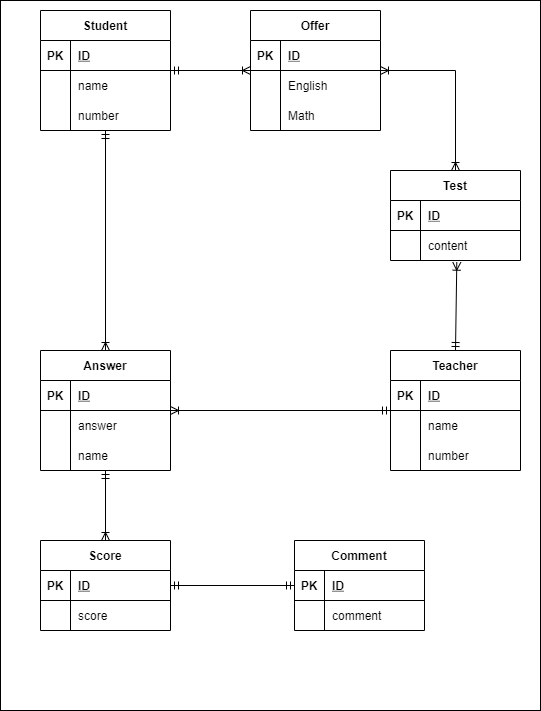
This is index.drawio.png from florent-chin/DATABASE, a draw.io export, as it was before one commit. Source tidied: cells renumbered, new cells last; positions are measured from the earlier drawing's top-left corner, leaving out a move shared by most shapes.
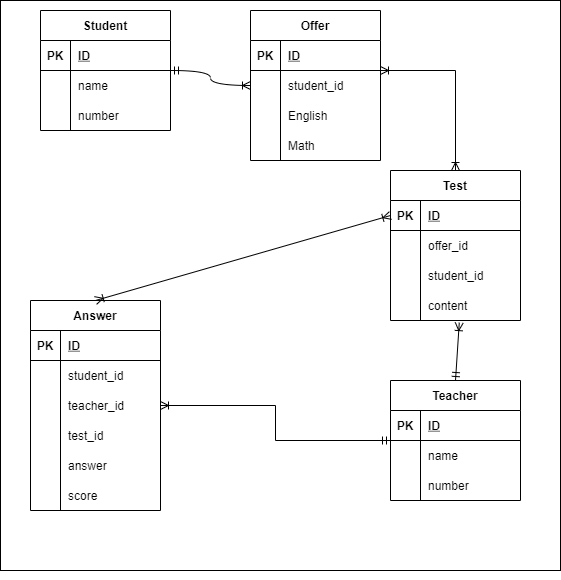
After the commit.

What changed in the source:
```diff
@@ -3,7 +3,7 @@
     <mxCell id="0" />
     <mxCell id="1" parent="0" />
     <mxCell id="2" style="rounded=0;whiteSpace=wrap;html=1;" parent="1" vertex="1">
-      <mxGeometry width="540" height="710" as="geometry" />
+      <mxGeometry width="560" height="570" as="geometry" />
     </mxCell>
     <mxCell id="3" style="rounded=0;jettySize=auto;html=1;endArrow=ERoneToMany;endFill=0;strokeWidth=1;edgeStyle=orthogonalEdgeStyle;curved=1;startArrow=ERmandOne;startFill=0;" parent="1" edge="1" source="4" target="15">
       <mxGeometry relative="1" as="geometry" />
@@ -46,7 +46,7 @@
       </mxGeometry>
     </mxCell>
     <mxCell id="15" value="Offer" style="shape=table;startSize=30;rowLines=0;fontStyle=1;align=center;" parent="1" vertex="1">
-      <mxGeometry x="250" y="10" width="130" height="120" as="geometry" />
+      <mxGeometry x="250" y="10" width="130" height="150" as="geometry" />
     </mxCell>
     <mxCell id="16" style="shape=partialRectangle;fillColor=none;top=0;left=0;bottom=1;right=0;" parent="15" vertex="1">
       <mxGeometry y="30" width="130" height="30" as="geometry" />
@@ -63,11 +63,20 @@
     <mxCell id="20" style="shape=partialRectangle;fillColor=none;top=0;left=0;bottom=0;right=0;overflow=hidden;" parent="19" vertex="1">
       <mxGeometry width="30" height="30" as="geometry" />
     </mxCell>
-    <mxCell id="21" value="English" style="shape=partialRectangle;fillColor=none;top=0;left=0;bottom=0;right=0;align=left;spacingLeft=6;overflow=hidden;" parent="19" vertex="1">
+    <mxCell id="21" value="student_id" style="shape=partialRectangle;fillColor=none;top=0;left=0;bottom=0;right=0;align=left;spacingLeft=6;overflow=hidden;" parent="19" vertex="1">
       <mxGeometry x="30" width="100" height="30" as="geometry" />
     </mxCell>
+    <mxCell id="71" style="shape=partialRectangle;fillColor=none;top=0;left=0;bottom=0;right=0;" parent="15" vertex="1">
+      <mxGeometry y="90" width="130" height="30" as="geometry" />
+    </mxCell>
+    <mxCell id="72" style="shape=partialRectangle;fillColor=none;top=0;left=0;bottom=0;right=0;overflow=hidden;" parent="71" vertex="1">
+      <mxGeometry width="30" height="30" as="geometry" />
+    </mxCell>
+    <mxCell id="73" value="English" style="shape=partialRectangle;fillColor=none;top=0;left=0;bottom=0;right=0;align=left;spacingLeft=6;overflow=hidden;" parent="71" vertex="1">
+      <mxGeometry x="30" width="100" height="30" as="geometry" />
+    </mxCell>
     <mxCell id="22" style="shape=partialRectangle;fillColor=none;top=0;left=0;bottom=0;right=0;" parent="15" vertex="1">
-      <mxGeometry y="90" width="130" height="30" as="geometry" />
+      <mxGeometry y="120" width="130" height="30" as="geometry" />
     </mxCell>
     <mxCell id="23" style="shape=partialRectangle;fillColor=none;top=0;left=0;bottom=0;right=0;overflow=hidden;" parent="22" vertex="1">
       <mxGeometry width="30" height="30" as="geometry" />
@@ -79,7 +88,7 @@
       <mxGeometry relative="1" as="geometry" />
     </mxCell>
     <mxCell id="26" value="Teacher" style="shape=table;startSize=30;rowLines=0;fontStyle=1;align=center;" parent="1" vertex="1">
-      <mxGeometry x="390" y="350" width="130" height="120" as="geometry" />
+      <mxGeometry x="390" y="380" width="130" height="120" as="geometry" />
     </mxCell>
     <mxCell id="27" style="shape=partialRectangle;fillColor=none;top=0;left=0;bottom=1;right=0;" parent="26" vertex="1">
       <mxGeometry y="30" width="130" height="30" as="geometry" />
@@ -108,11 +117,8 @@
     <mxCell id="35" value="number" style="shape=partialRectangle;fillColor=none;top=0;left=0;bottom=0;right=0;align=left;spacingLeft=6;overflow=hidden;" parent="33" vertex="1">
       <mxGeometry x="30" width="100" height="30" as="geometry" />
     </mxCell>
-    <mxCell id="36" style="edgeStyle=orthogonalEdgeStyle;curved=1;rounded=0;jettySize=auto;html=1;startArrow=ERmandOne;startFill=0;endArrow=ERoneToMany;endFill=0;strokeWidth=1;" parent="1" edge="1" source="37" target="57">
-      <mxGeometry relative="1" as="geometry" />
-    </mxCell>
     <mxCell id="37" value="Answer" style="shape=table;startSize=30;rowLines=0;fontStyle=1;align=center;" parent="1" vertex="1">
-      <mxGeometry x="40" y="350" width="130" height="120" as="geometry" />
+      <mxGeometry x="30" y="300" width="130" height="210" as="geometry" />
     </mxCell>
     <mxCell id="38" style="shape=partialRectangle;fillColor=none;top=0;left=0;bottom=1;right=0;" parent="37" vertex="1">
       <mxGeometry y="30" width="130" height="30" as="geometry" />
@@ -129,23 +135,47 @@
     <mxCell id="42" style="shape=partialRectangle;fillColor=none;top=0;left=0;bottom=0;right=0;overflow=hidden;" parent="41" vertex="1">
       <mxGeometry width="30" height="30" as="geometry" />
     </mxCell>
-    <mxCell id="43" value="answer" style="shape=partialRectangle;fillColor=none;top=0;left=0;bottom=0;right=0;align=left;spacingLeft=6;overflow=hidden;" parent="41" vertex="1">
+    <mxCell id="43" value="student_id" style="shape=partialRectangle;fillColor=none;top=0;left=0;bottom=0;right=0;align=left;spacingLeft=6;overflow=hidden;" parent="41" vertex="1">
       <mxGeometry x="30" width="100" height="30" as="geometry" />
     </mxCell>
+    <mxCell id="74" style="shape=partialRectangle;fillColor=none;top=0;left=0;bottom=0;right=0;" parent="37" vertex="1">
+      <mxGeometry y="90" width="130" height="30" as="geometry" />
+    </mxCell>
+    <mxCell id="75" style="shape=partialRectangle;fillColor=none;top=0;left=0;bottom=0;right=0;overflow=hidden;" parent="74" vertex="1">
+      <mxGeometry width="30" height="30" as="geometry" />
+    </mxCell>
+    <mxCell id="76" value="teacher_id" style="shape=partialRectangle;fillColor=none;top=0;left=0;bottom=0;right=0;align=left;spacingLeft=6;overflow=hidden;" parent="74" vertex="1">
+      <mxGeometry x="30" width="100" height="30" as="geometry" />
+    </mxCell>
+    <mxCell id="77" style="shape=partialRectangle;fillColor=none;top=0;left=0;bottom=0;right=0;" parent="37" vertex="1">
+      <mxGeometry y="120" width="130" height="30" as="geometry" />
+    </mxCell>
+    <mxCell id="78" style="shape=partialRectangle;fillColor=none;top=0;left=0;bottom=0;right=0;overflow=hidden;" parent="77" vertex="1">
+      <mxGeometry width="30" height="30" as="geometry" />
+    </mxCell>
+    <mxCell id="79" value="test_id" style="shape=partialRectangle;fillColor=none;top=0;left=0;bottom=0;right=0;align=left;spacingLeft=6;overflow=hidden;" parent="77" vertex="1">
+      <mxGeometry x="30" width="100" height="30" as="geometry" />
+    </mxCell>
+    <mxCell id="80" style="shape=partialRectangle;fillColor=none;top=0;left=0;bottom=0;right=0;" parent="37" vertex="1">
+      <mxGeometry y="150" width="130" height="30" as="geometry" />
+    </mxCell>
+    <mxCell id="81" style="shape=partialRectangle;fillColor=none;top=0;left=0;bottom=0;right=0;overflow=hidden;" parent="80" vertex="1">
+      <mxGeometry width="30" height="30" as="geometry" />
+    </mxCell>
+    <mxCell id="82" value="answer" style="shape=partialRectangle;fillColor=none;top=0;left=0;bottom=0;right=0;align=left;spacingLeft=6;overflow=hidden;" parent="80" vertex="1">
+      <mxGeometry x="30" width="100" height="30" as="geometry" />
+    </mxCell>
     <mxCell id="44" style="shape=partialRectangle;fillColor=none;top=0;left=0;bottom=0;right=0;" parent="37" vertex="1">
-      <mxGeometry y="90" width="130" height="30" as="geometry" />
+      <mxGeometry y="180" width="130" height="30" as="geometry" />
     </mxCell>
     <mxCell id="45" style="shape=partialRectangle;fillColor=none;top=0;left=0;bottom=0;right=0;overflow=hidden;" parent="44" vertex="1">
       <mxGeometry width="30" height="30" as="geometry" />
     </mxCell>
-    <mxCell id="46" value="name" style="shape=partialRectangle;fillColor=none;top=0;left=0;bottom=0;right=0;align=left;spacingLeft=6;overflow=hidden;" parent="44" vertex="1">
+    <mxCell id="46" value="score" style="shape=partialRectangle;fillColor=none;top=0;left=0;bottom=0;right=0;align=left;spacingLeft=6;overflow=hidden;" parent="44" vertex="1">
       <mxGeometry x="30" width="100" height="30" as="geometry" />
     </mxCell>
-    <mxCell id="47" style="endArrow=ERoneToMany;html=1;entryX=0.5;entryY=0;entryDx=0;entryDy=0;startArrow=ERmandOne;startFill=0;endFill=0;" parent="1" edge="1" source="11" target="37">
-      <mxGeometry relative="1" as="geometry" />
-    </mxCell>
     <mxCell id="48" value="Test" style="shape=table;startSize=30;rowLines=0;fontStyle=1;align=center;" parent="1" vertex="1">
-      <mxGeometry x="390" y="170" width="130" height="90" as="geometry" />
+      <mxGeometry x="390" y="170" width="130" height="150" as="geometry" />
     </mxCell>
     <mxCell id="49" style="shape=partialRectangle;fillColor=none;top=0;left=0;bottom=1;right=0;points=[[0,0.5],[1,0.5]];portConstraint=eastwest;" parent="48" vertex="1">
       <mxGeometry y="30" width="130" height="30" as="geometry" />
@@ -156,62 +186,41 @@
     <mxCell id="51" value="ID" style="shape=partialRectangle;fillColor=none;top=0;left=0;bottom=0;right=0;align=left;spacingLeft=6;fontStyle=5;overflow=hidden;" parent="49" vertex="1">
       <mxGeometry x="30" width="100" height="30" as="geometry" />
     </mxCell>
+    <mxCell id="83" style="shape=partialRectangle;fillColor=none;top=0;left=0;bottom=0;right=0;" parent="48" vertex="1">
+      <mxGeometry y="60" width="130" height="30" as="geometry" />
+    </mxCell>
+    <mxCell id="84" style="shape=partialRectangle;fillColor=none;top=0;left=0;bottom=0;right=0;overflow=hidden;" parent="83" vertex="1">
+      <mxGeometry width="30" height="30" as="geometry" />
+    </mxCell>
+    <mxCell id="85" value="offer_id" style="shape=partialRectangle;fillColor=none;top=0;left=0;bottom=0;right=0;align=left;spacingLeft=6;overflow=hidden;" parent="83" vertex="1">
+      <mxGeometry x="30" width="100" height="30" as="geometry" />
+    </mxCell>
     <mxCell id="52" style="shape=partialRectangle;fillColor=none;top=0;left=0;bottom=0;right=0;points=[[0,0.5],[1,0.5]];portConstraint=eastwest;" parent="48" vertex="1">
-      <mxGeometry y="60" width="130" height="30" as="geometry" />
+      <mxGeometry y="90" width="130" height="30" as="geometry" />
     </mxCell>
     <mxCell id="53" style="shape=partialRectangle;fillColor=none;top=0;left=0;bottom=0;right=0;overflow=hidden;" parent="52" vertex="1">
       <mxGeometry width="30" height="30" as="geometry" />
     </mxCell>
-    <mxCell id="54" value="content" style="shape=partialRectangle;fillColor=none;top=0;left=0;bottom=0;right=0;align=left;spacingLeft=6;overflow=hidden;" parent="52" vertex="1">
+    <mxCell id="54" value="student_id" style="shape=partialRectangle;fillColor=none;top=0;left=0;bottom=0;right=0;align=left;spacingLeft=6;overflow=hidden;" parent="52" vertex="1">
       <mxGeometry x="30" width="100" height="30" as="geometry" />
     </mxCell>
+    <mxCell id="86" style="shape=partialRectangle;fillColor=none;top=0;left=0;bottom=0;right=0;points=[[0,0.5],[1,0.5]];portConstraint=eastwest;" parent="48" vertex="1">
+      <mxGeometry y="120" width="130" height="30" as="geometry" />
+    </mxCell>
+    <mxCell id="87" style="shape=partialRectangle;fillColor=none;top=0;left=0;bottom=0;right=0;overflow=hidden;" parent="86" vertex="1">
+      <mxGeometry width="30" height="30" as="geometry" />
+    </mxCell>
+    <mxCell id="88" value="content" style="shape=partialRectangle;fillColor=none;top=0;left=0;bottom=0;right=0;align=left;spacingLeft=6;overflow=hidden;" parent="86" vertex="1">
+      <mxGeometry x="30" width="100" height="30" as="geometry" />
+    </mxCell>
-    <mxCell id="55" style="endArrow=ERoneToMany;startArrow=ERmandOne;html=1;strokeWidth=1;entryX=0.51;entryY=1.057;entryDx=0;entryDy=0;entryPerimeter=0;exitX=0.5;exitY=0;exitDx=0;exitDy=0;startFill=0;endFill=0;" parent="1" edge="1" source="26" target="52">
+    <mxCell id="55" style="endArrow=ERoneToMany;startArrow=ERmandOne;html=1;strokeWidth=1;exitX=0.5;exitY=0;exitDx=0;exitDy=0;startFill=0;endFill=0;entryX=0.529;entryY=1.071;entryDx=0;entryDy=0;entryPerimeter=0;" parent="1" edge="1" source="26" target="86">
       <mxGeometry relative="1" as="geometry" />
     </mxCell>
-    <mxCell id="56" style="edgeStyle=orthogonalEdgeStyle;curved=1;rounded=0;jettySize=auto;html=1;startArrow=ERmandOne;startFill=0;endArrow=ERmandOne;endFill=0;strokeWidth=1;" parent="1" edge="1" source="57" target="64">
-      <mxGeometry relative="1" as="geometry" />
-    </mxCell>
-    <mxCell id="57" value="Score" style="shape=table;startSize=30;rowLines=0;fontStyle=1;align=center;" parent="1" vertex="1">
-      <mxGeometry x="40" y="540" width="130" height="90" as="geometry" />
-    </mxCell>
-    <mxCell id="58" style="shape=partialRectangle;fillColor=none;top=0;left=0;bottom=1;right=0;" parent="57" vertex="1">
-      <mxGeometry y="30" width="130" height="30" as="geometry" />
-    </mxCell>
-    <mxCell id="59" value="PK" style="shape=partialRectangle;fillColor=none;top=0;left=0;bottom=0;right=0;fontStyle=1;overflow=hidden;" parent="58" vertex="1">
-      <mxGeometry width="30" height="30" as="geometry" />
-    </mxCell>
-    <mxCell id="60" value="ID" style="shape=partialRectangle;fillColor=none;top=0;left=0;bottom=0;right=0;align=left;spacingLeft=6;fontStyle=5;overflow=hidden;" parent="58" vertex="1">
-      <mxGeometry x="30" width="100" height="30" as="geometry" />
-    </mxCell>
-    <mxCell id="61" style="shape=partialRectangle;fillColor=none;top=0;left=0;bottom=0;right=0;" parent="57" vertex="1">
-      <mxGeometry y="60" width="130" height="30" as="geometry" />
-    </mxCell>
-    <mxCell id="62" style="shape=partialRectangle;fillColor=none;top=0;left=0;bottom=0;right=0;overflow=hidden;" parent="61" vertex="1">
-      <mxGeometry width="30" height="30" as="geometry" />
-    </mxCell>
-    <mxCell id="63" value="score" style="shape=partialRectangle;fillColor=none;top=0;left=0;bottom=0;right=0;align=left;spacingLeft=6;overflow=hidden;" parent="61" vertex="1">
-      <mxGeometry x="30" width="100" height="30" as="geometry" />
-    </mxCell>
-    <mxCell id="64" value="Comment" style="shape=table;startSize=30;rowLines=0;fontStyle=1;align=center;" parent="1" vertex="1">
-      <mxGeometry x="294" y="540" width="130" height="90" as="geometry" />
-    </mxCell>
-    <mxCell id="65" style="shape=partialRectangle;fillColor=none;top=0;left=0;bottom=1;right=0;" parent="64" vertex="1">
-      <mxGeometry y="30" width="130" height="30" as="geometry" />
-    </mxCell>
-    <mxCell id="66" value="PK" style="shape=partialRectangle;fillColor=none;top=0;left=0;bottom=0;right=0;fontStyle=1;overflow=hidden;" parent="65" vertex="1">
-      <mxGeometry width="30" height="30" as="geometry" />
-    </mxCell>
-    <mxCell id="67" value="ID" style="shape=partialRectangle;fillColor=none;top=0;left=0;bottom=0;right=0;align=left;spacingLeft=6;fontStyle=5;overflow=hidden;" parent="65" vertex="1">
-      <mxGeometry x="30" width="100" height="30" as="geometry" />
-    </mxCell>
-    <mxCell id="68" style="shape=partialRectangle;fillColor=none;top=0;left=0;bottom=0;right=0;" parent="64" vertex="1">
-      <mxGeometry y="60" width="130" height="30" as="geometry" />
-    </mxCell>
-    <mxCell id="69" style="shape=partialRectangle;fillColor=none;top=0;left=0;bottom=0;right=0;overflow=hidden;" parent="68" vertex="1">
-      <mxGeometry width="30" height="30" as="geometry" />
-    </mxCell>
-    <mxCell id="70" value="comment" style="shape=partialRectangle;fillColor=none;top=0;left=0;bottom=0;right=0;align=left;spacingLeft=6;overflow=hidden;" parent="68" vertex="1">
-      <mxGeometry x="30" width="100" height="30" as="geometry" />
-    </mxCell>
+    <mxCell id="89" style="endArrow=ERoneToMany;startArrow=ERoneToMany;html=1;exitX=0.5;exitY=0;exitDx=0;exitDy=0;entryX=0;entryY=0.5;entryDx=0;entryDy=0;startFill=0;endFill=0;" parent="1" edge="1" source="37" target="49">
+      <mxGeometry relative="1" as="geometry" />
+    </mxCell>
+    <mxCell id="90" style="edgeStyle=orthogonalEdgeStyle;rounded=0;orthogonalLoop=1;jettySize=auto;html=1;exitX=0.5;exitY=1;exitDx=0;exitDy=0;startArrow=ERoneToMany;startFill=0;endArrow=ERoneToMany;endFill=0;" parent="1" edge="1" source="2" target="2">
+      <mxGeometry relative="1" as="geometry" />
+    </mxCell>
   </root>
 </mxGraphModel>
```
